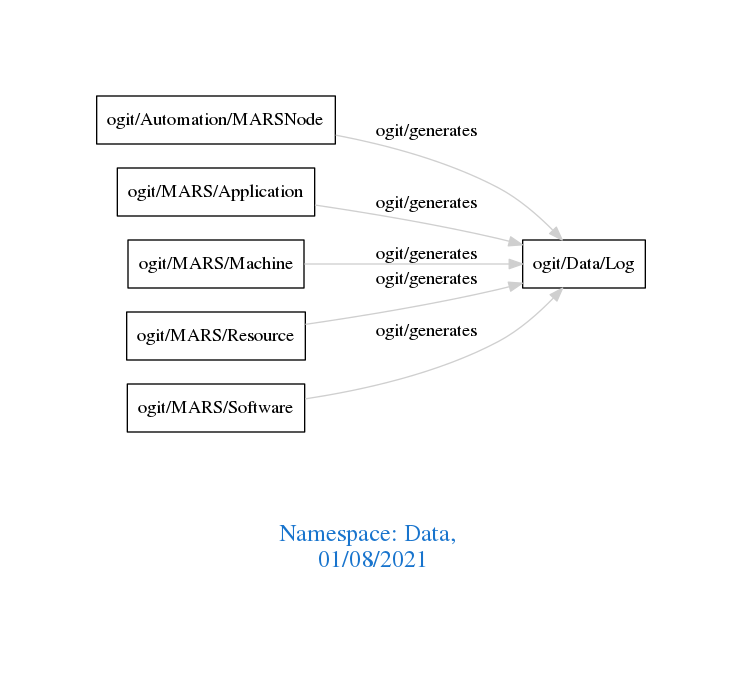
The Graphviz diagram downloads/Data.png in arago/OGIT, before a commit. Its source is kept beside it as downloads/Data.dot. The source it was exported from:
```dot
digraph OGIT_ontology {
 graph [ rankdir= LR,pad=1
fontsize = 18,
fontcolor= dodgerblue3,label = "\n\n\nNamespace: Data, \n 01/08/2021"];
node[shape=polygon];
edge [  color="gray81"];

   "ogit/Automation/MARSNode" -> "ogit/Data/Log" [label="   ogit/generates    "];
   "ogit/MARS/Application" -> "ogit/Data/Log" [label="   ogit/generates    "];
   "ogit/MARS/Machine" -> "ogit/Data/Log" [label="   ogit/generates    "];
   "ogit/MARS/Resource" -> "ogit/Data/Log" [label="   ogit/generates    "];
   "ogit/MARS/Software" -> "ogit/Data/Log" [label="   ogit/generates    "];
}
```
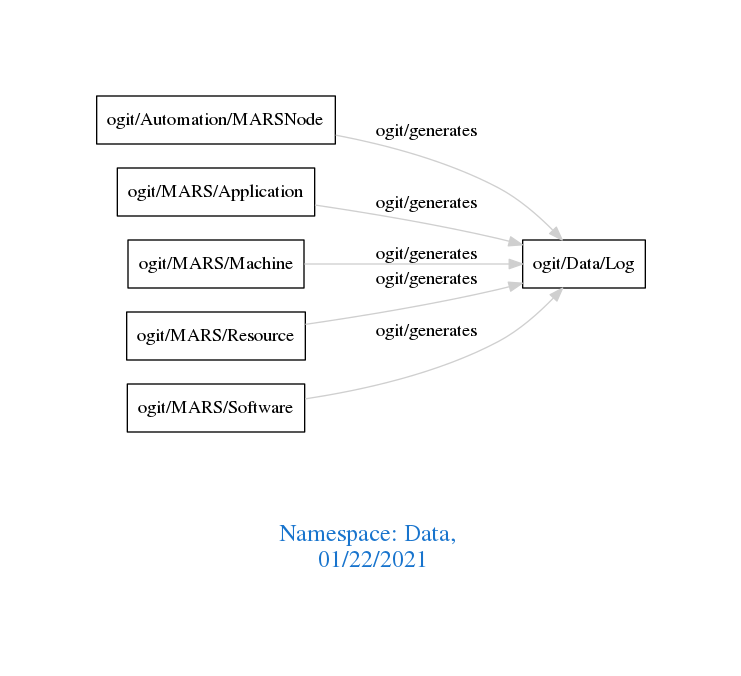
The same diagram one commit later.

Diff of the diagram source:
```diff
@@ -1,7 +1,7 @@
 digraph OGIT_ontology {
  graph [ rankdir= LR,pad=1
 fontsize = 18,
-fontcolor= dodgerblue3,label = "\n\n\nNamespace: Data, \n 01/08/2021"];
+fontcolor= dodgerblue3,label = "\n\n\nNamespace: Data, \n 01/22/2021"];
 node[shape=polygon];
 edge [  color="gray81"];
 
```
